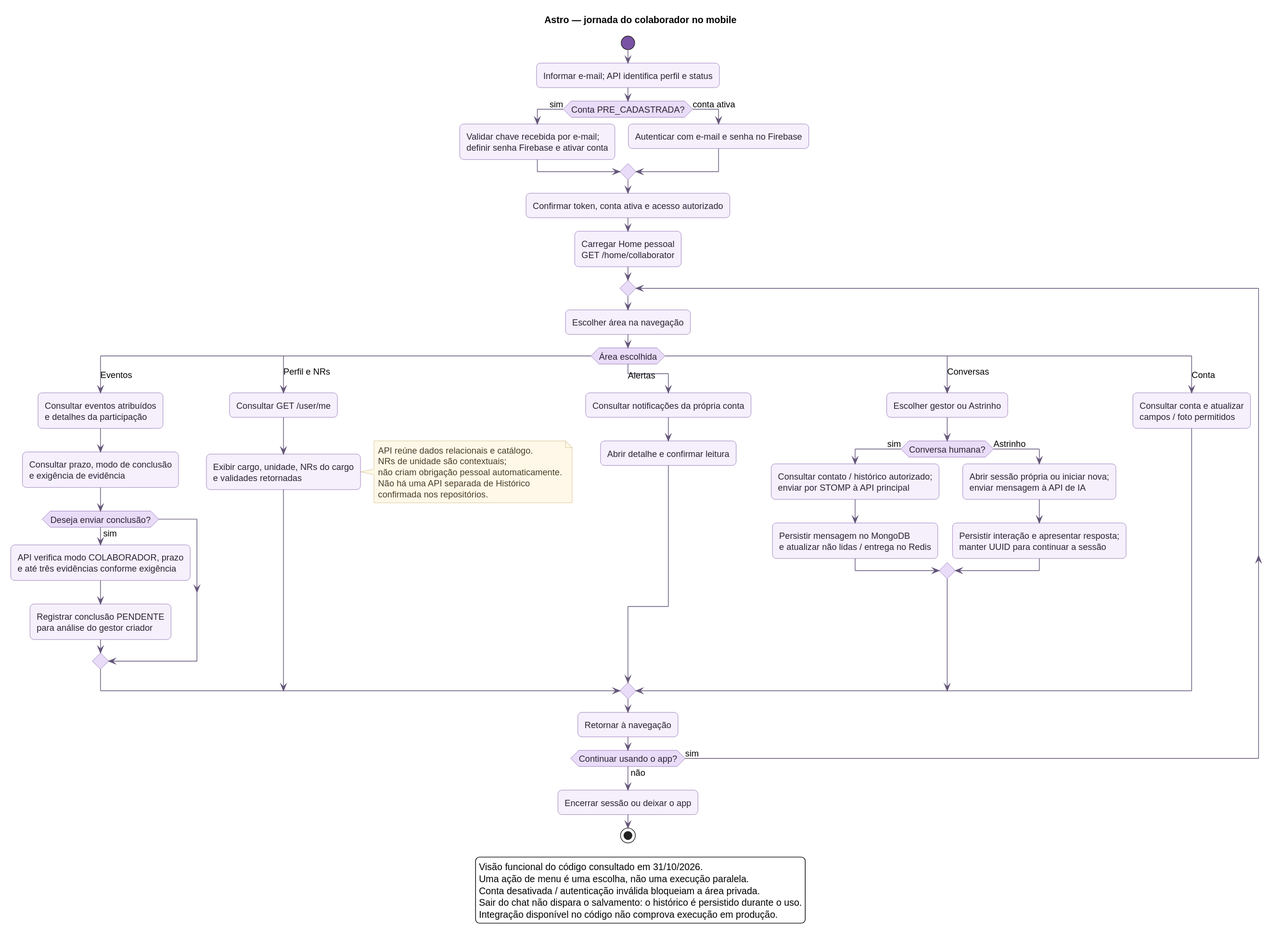
Earlier version of the PlantUML export diagrams/rendered/fluxo_funcionario.svg (Astro-Inter/astro-eqs-diagrams).
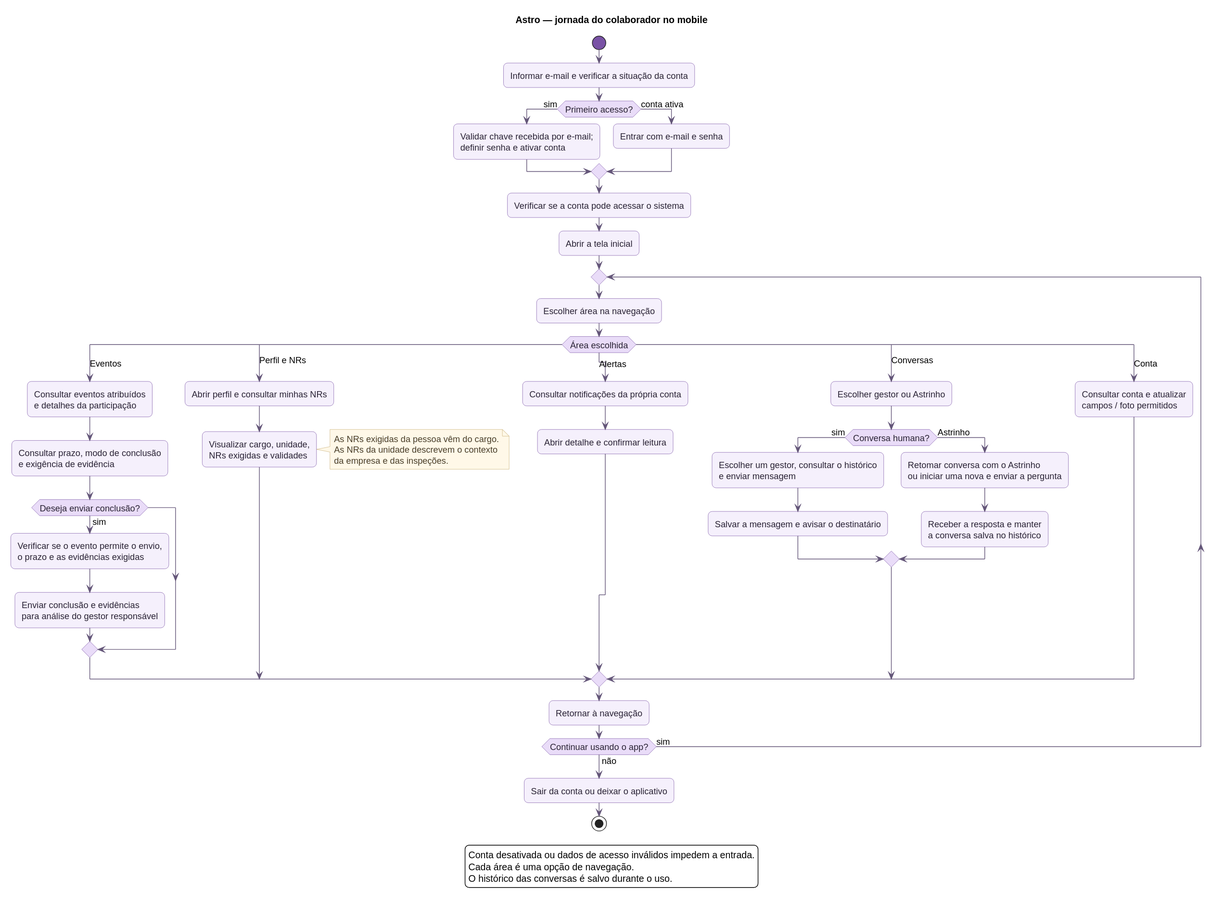
The same file after the commit.

Commit message:
docs(SCRUM-558): simplificar linguagem funcional dos diagramas

Change to the diagram source:
```diff
@@ -3,14 +3,14 @@
 !include estilo.iuml
 title Astro — jornada do colaborador no mobile
 start
-:Informar e-mail; API identifica perfil e status;
-if (Conta PRE_CADASTRADA?) then (sim)
-  :Validar chave recebida por e-mail;\ndefinir senha Firebase e ativar conta;
+:Informar e-mail e verificar a situação da conta;
+if (Primeiro acesso?) then (sim)
+  :Validar chave recebida por e-mail;\ndefinir senha e ativar conta;
 else (conta ativa)
-  :Autenticar com e-mail e senha no Firebase;
+  :Entrar com e-mail e senha;
 endif
-:Confirmar token, conta ativa e acesso autorizado;
-:Carregar Home pessoal\nGET /home/collaborator;
+:Verificar se a conta pode acessar o sistema;
+:Abrir a tela inicial;
 repeat
   :Escolher área na navegação;
   switch (Área escolhida)
@@ -18,18 +18,16 @@
     :Consultar eventos atribuídos\ne detalhes da participação;
     :Consultar prazo, modo de conclusão\ne exigência de evidência;
     if (Deseja enviar conclusão?) then (sim)
-      :API verifica modo COLABORADOR, prazo\ne até três evidências conforme exigência;
-      :Registrar conclusão PENDENTE\npara análise do gestor criador;
+      :Verificar se o evento permite o envio,\no prazo e as evidências exigidas;
+      :Enviar conclusão e evidências\npara análise do gestor responsável;
     endif
   case (Perfil e NRs)
-    :Consultar GET /user/me;
-    :Exibir cargo, unidade, NRs do cargo\ne validades retornadas;
+    :Abrir perfil e consultar minhas NRs;
+    :Visualizar cargo, unidade,\nNRs exigidas e validades;
     note right
-      API reúne dados relacionais e catálogo.
-      NRs de unidade são contextuais;
-      não criam obrigação pessoal automaticamente.
-      Não há uma API separada de Histórico
-      confirmada nos repositórios.
+      As NRs exigidas da pessoa vêm do cargo.
+      As NRs da unidade descrevem o contexto
+      da empresa e das inspeções.
     end note
   case (Alertas)
     :Consultar notificações da própria conta;
@@ -37,24 +35,22 @@
   case (Conversas)
     :Escolher gestor ou Astrinho;
     if (Conversa humana?) then (sim)
-      :Consultar contato / histórico autorizado;\nenviar por STOMP à API principal;
-      :Persistir mensagem no MongoDB\ne atualizar não lidas / entrega no Redis;
+      :Escolher um gestor, consultar o histórico\ne enviar mensagem;
+      :Salvar a mensagem e avisar o destinatário;
     else (Astrinho)
-      :Abrir sessão própria ou iniciar nova;\nenviar mensagem à API de IA;
-      :Persistir interação e apresentar resposta;\nmanter UUID para continuar a sessão;
+      :Retomar conversa com o Astrinho\nou iniciar uma nova e enviar a pergunta;
+      :Receber a resposta e manter\na conversa salva no histórico;
     endif
   case (Conta)
     :Consultar conta e atualizar\ncampos / foto permitidos;
   endswitch
   :Retornar à navegação;
 repeat while (Continuar usando o app?) is (sim) not (não)
-:Encerrar sessão ou deixar o app;
+:Sair da conta ou deixar o aplicativo;
 stop
 legend bottom
-  Visão funcional do código consultado em 31/10/2026.
-  Uma ação de menu é uma escolha, não uma execução paralela.
-  Conta desativada / autenticação inválida bloqueiam a área privada.
-  Sair do chat não dispara o salvamento: o histórico é persistido durante o uso.
-  Integração disponível no código não comprova execução em produção.
+  Conta desativada ou dados de acesso inválidos impedem a entrada.
+  Cada área é uma opção de navegação.
+  O histórico das conversas é salvo durante o uso.
 endlegend
 @enduml
```
